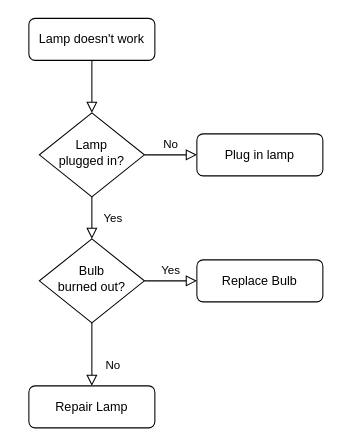
Earlier version of the draw.io diagram Untitled Diagram.drawio (garima440/flowchart-). Source tidied: cells renumbered, new cells numbered last; positions are measured from the earlier drawing's top-left corner, leaving out a move shared by most shapes. Both pictures are drawn from the tidied source at 105%, with x=0, y=0 at pixel (28, 18).
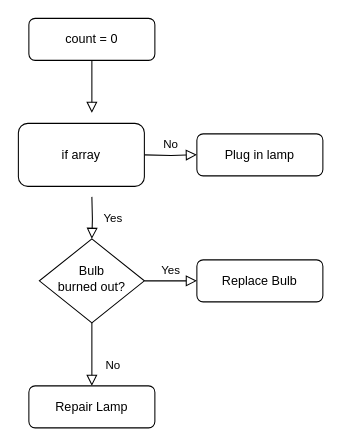
After the change.

Diff of the diagram source:
```diff
@@
 <mxGraphModel>
   <root>
     <mxCell id="0" />
     <mxCell id="1" parent="0" />
-    <mxCell id="2" style="rounded=0;html=1;jettySize=auto;fontSize=11;endArrow=block;endFill=0;endSize=8;strokeWidth=1;shadow=0;labelBackgroundColor=none;edgeStyle=orthogonalEdgeStyle;" parent="1" edge="1" source="3" target="6">
-      <mxGeometry relative="1" as="geometry" />
+    <mxCell id="2" style="rounded=0;html=1;jettySize=auto;fontSize=11;endArrow=block;endFill=0;endSize=8;strokeWidth=1;shadow=0;labelBackgroundColor=none;edgeStyle=orthogonalEdgeStyle;" parent="1" edge="1" source="3">
+      <mxGeometry relative="1" as="geometry">
+        <mxPoint x="60" y="90" as="targetPoint" />
+      </mxGeometry>
     </mxCell>
-    <mxCell id="3" value="Lamp doesn't work" style="rounded=1;whiteSpace=wrap;html=1;fontSize=12;glass=0;strokeWidth=1;shadow=0;" parent="1" vertex="1">
+    <mxCell id="3" value="count = 0" style="rounded=1;whiteSpace=wrap;html=1;fontSize=12;glass=0;strokeWidth=1;shadow=0;" parent="1" vertex="1">
       <mxGeometry width="120" height="40" as="geometry" />
     </mxCell>
-    <mxCell id="4" value="Yes" style="rounded=0;html=1;jettySize=auto;fontSize=11;endArrow=block;endFill=0;endSize=8;strokeWidth=1;shadow=0;labelBackgroundColor=none;edgeStyle=orthogonalEdgeStyle;" parent="1" edge="1" source="6" target="10">
-      <mxGeometry y="20" relative="1" as="geometry" />
+    <mxCell id="4" value="Yes" style="rounded=0;html=1;jettySize=auto;fontSize=11;endArrow=block;endFill=0;endSize=8;strokeWidth=1;shadow=0;labelBackgroundColor=none;edgeStyle=orthogonalEdgeStyle;" parent="1" edge="1" target="10">
+      <mxGeometry y="20" relative="1" as="geometry">
+        <mxPoint x="60" y="170" as="sourcePoint" />
+      </mxGeometry>
     </mxCell>
-    <mxCell id="5" value="No" style="edgeStyle=orthogonalEdgeStyle;rounded=0;html=1;jettySize=auto;fontSize=11;endArrow=block;endFill=0;endSize=8;strokeWidth=1;shadow=0;labelBackgroundColor=none;" parent="1" edge="1" source="6" target="7">
-      <mxGeometry y="10" relative="1" as="geometry" />
+    <mxCell id="5" value="No" style="edgeStyle=orthogonalEdgeStyle;rounded=0;html=1;jettySize=auto;fontSize=11;endArrow=block;endFill=0;endSize=8;strokeWidth=1;shadow=0;labelBackgroundColor=none;" parent="1" edge="1" target="7">
+      <mxGeometry y="10" relative="1" as="geometry">
+        <mxPoint x="110" y="130" as="sourcePoint" />
+      </mxGeometry>
     </mxCell>
-    <mxCell id="6" value="Lamp&lt;br&gt;plugged in?" style="rhombus;whiteSpace=wrap;html=1;shadow=0;fontFamily=Helvetica;fontSize=12;align=center;strokeWidth=1;spacing=6;spacingTop=-4;" parent="1" vertex="1">
-      <mxGeometry x="10" y="90" width="100" height="80" as="geometry" />
-    </mxCell>
     <mxCell id="7" value="Plug in lamp" style="rounded=1;whiteSpace=wrap;html=1;fontSize=12;glass=0;strokeWidth=1;shadow=0;" parent="1" vertex="1">
       <mxGeometry x="160" y="110" width="120" height="40" as="geometry" />
     </mxCell>
     <mxCell id="8" value="No" style="rounded=0;html=1;jettySize=auto;fontSize=11;endArrow=block;endFill=0;endSize=8;strokeWidth=1;shadow=0;labelBackgroundColor=none;edgeStyle=orthogonalEdgeStyle;" parent="1" edge="1" source="10" target="11">
       <mxGeometry x="0.33" y="20" relative="1" as="geometry" />
     </mxCell>
     <mxCell id="9" value="Yes" style="edgeStyle=orthogonalEdgeStyle;rounded=0;html=1;jettySize=auto;fontSize=11;endArrow=block;endFill=0;endSize=8;strokeWidth=1;shadow=0;labelBackgroundColor=none;" parent="1" edge="1" source="10" target="12">
       <mxGeometry y="10" relative="1" as="geometry" />
     </mxCell>
     <mxCell id="10" value="Bulb&lt;br&gt;burned out?" style="rhombus;whiteSpace=wrap;html=1;shadow=0;fontFamily=Helvetica;fontSize=12;align=center;strokeWidth=1;spacing=6;spacingTop=-4;" parent="1" vertex="1">
       <mxGeometry x="10" y="210" width="100" height="80" as="geometry" />
     </mxCell>
     <mxCell id="11" value="Repair Lamp" style="rounded=1;whiteSpace=wrap;html=1;fontSize=12;glass=0;strokeWidth=1;shadow=0;" parent="1" vertex="1">
       <mxGeometry y="350" width="120" height="40" as="geometry" />
     </mxCell>
     <mxCell id="12" value="Replace Bulb" style="rounded=1;whiteSpace=wrap;html=1;fontSize=12;glass=0;strokeWidth=1;shadow=0;" parent="1" vertex="1">
       <mxGeometry x="160" y="230" width="120" height="40" as="geometry" />
     </mxCell>
+    <mxCell id="13" value="if array" style="rounded=1;whiteSpace=wrap;html=1;" parent="1" vertex="1">
+      <mxGeometry x="-10" y="100" width="120" height="60" as="geometry" />
+    </mxCell>
   </root>
 </mxGraphModel>
```
